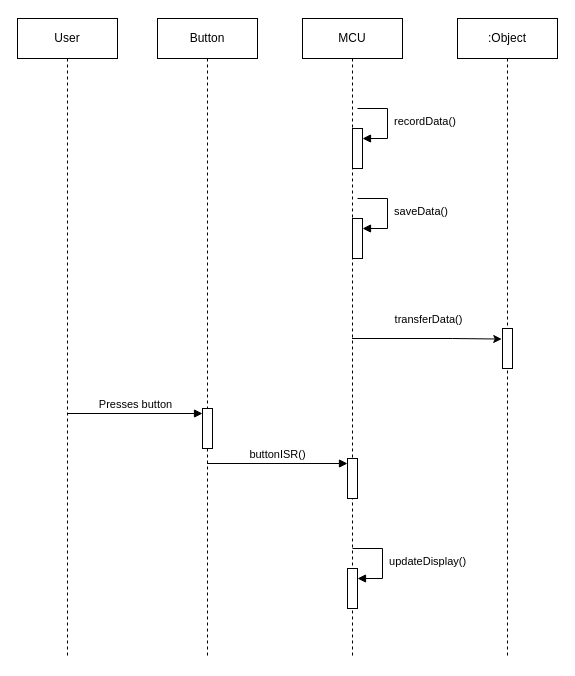
matas-noreika/software_design_and_quality keeps this draw.io diagram as lab3/docs/sequence_diagram.drawio. Above is the earlier version. Source tidied: cells renumbered, new cells numbered last; positions are measured from the earlier drawing's top-left corner, leaving out a move shared by most shapes. Both pictures are drawn from the tidied source at 100%, with x=0, y=0 at pixel (17, 18).
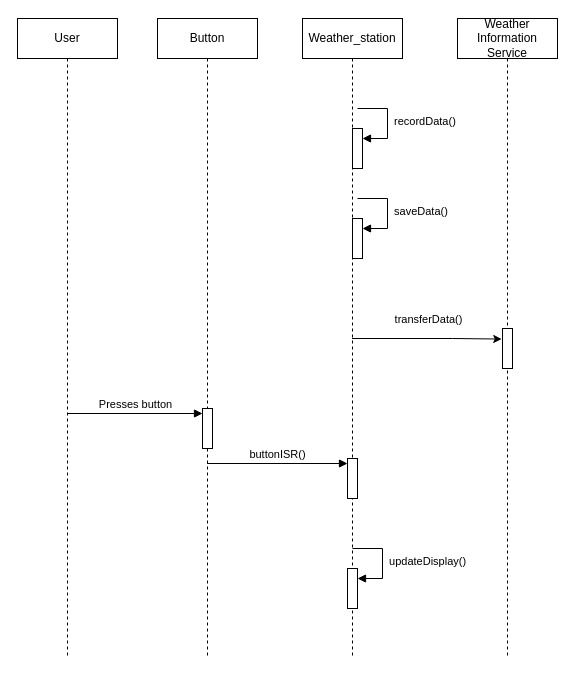
The same page after the edit.

Diff of the diagram source:
```diff
@@
-    <mxCell id="7" value="MCU" style="shape=umlLifeline;perimeter=lifelinePerimeter;whiteSpace=wrap;html=1;outlineConnect=0;portConstraint=eastwest;newEdgeStyle={&quot;curved&quot;:0,&quot;rounded&quot;:0};" parent="1" vertex="1">
+    <mxCell id="7" value="Weather_station" style="shape=umlLifeline;perimeter=lifelinePerimeter;whiteSpace=wrap;html=1;outlineConnect=0;portConstraint=eastwest;newEdgeStyle={&quot;curved&quot;:0,&quot;rounded&quot;:0};" parent="1" vertex="1">
       <mxGeometry x="285" width="100" height="640" as="geometry" />
     </mxCell>
@@
-    <mxCell id="17" value=":Object" style="shape=umlLifeline;perimeter=lifelinePerimeter;whiteSpace=wrap;html=1;newEdgeStyle={&quot;curved&quot;:0,&quot;rounded&quot;:0};" parent="1" vertex="1">
+    <mxCell id="17" value="&lt;font&gt;Weather Information&lt;/font&gt;&lt;div&gt;&lt;font&gt;Service&lt;/font&gt;&lt;/div&gt;" style="shape=umlLifeline;perimeter=lifelinePerimeter;whiteSpace=wrap;html=1;newEdgeStyle={&quot;curved&quot;:0,&quot;rounded&quot;:0};" parent="1" vertex="1">
       <mxGeometry x="440" width="100" height="640" as="geometry" />
     </mxCell>
```
